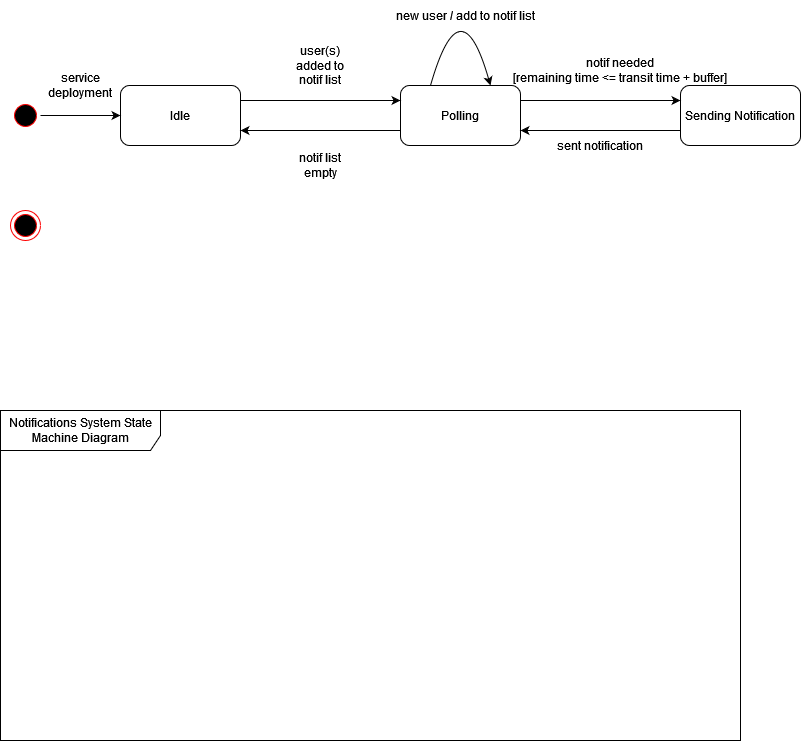
uvic-teach/project-m1-team9 keeps this draw.io diagram as Assets/M3/Notification_SM.drawio.png. Above is the earlier version. Source tidied: cells renumbered, new cells last; positions are measured from the earlier drawing's top-left corner, leaving out a move shared by most shapes. Its diagram source:
```xml
<mxGraphModel>
  <root>
    <mxCell id="0" />
    <mxCell id="1" parent="0" />
    <mxCell id="2" value="Idle" style="rounded=1;whiteSpace=wrap;html=1;" parent="1" vertex="1">
      <mxGeometry x="120" y="105" width="120" height="60" as="geometry" />
    </mxCell>
    <mxCell id="3" style="ellipse;html=1;shape=endState;fillColor=#000000;strokeColor=#ff0000;" parent="1" vertex="1">
      <mxGeometry x="10" y="230" width="30" height="30" as="geometry" />
    </mxCell>
    <mxCell id="4" style="edgeStyle=orthogonalEdgeStyle;rounded=0;jettySize=auto;html=1;entryX=0;entryY=0.5;entryDx=0;entryDy=0;" parent="1" edge="1" source="5" target="2">
      <mxGeometry relative="1" as="geometry" />
    </mxCell>
    <mxCell id="5" style="ellipse;html=1;shape=startState;fillColor=#000000;strokeColor=#ff0000;" parent="1" vertex="1">
      <mxGeometry x="10" y="120" width="30" height="30" as="geometry" />
    </mxCell>
    <mxCell id="6" value="Notifications System State Machine Diagram" style="shape=umlFrame;whiteSpace=wrap;html=1;width=160;height=40;" parent="1" vertex="1">
      <mxGeometry y="430" width="740" height="330" as="geometry" />
    </mxCell>
    <mxCell id="7" value="Polling" style="rounded=1;whiteSpace=wrap;html=1;" parent="1" vertex="1">
      <mxGeometry x="400" y="105" width="120" height="60" as="geometry" />
    </mxCell>
    <mxCell id="8" value="Sending Notification" style="rounded=1;whiteSpace=wrap;html=1;" parent="1" vertex="1">
      <mxGeometry x="680" y="105" width="120" height="60" as="geometry" />
    </mxCell>
    <mxCell id="9" style="endArrow=classic;html=1;rounded=0;exitX=1;exitY=0.25;exitDx=0;exitDy=0;entryX=0;entryY=0.25;entryDx=0;entryDy=0;" parent="1" edge="1" source="7" target="8">
      <mxGeometry relative="1" as="geometry" />
    </mxCell>
    <mxCell id="10" style="endArrow=classic;html=1;rounded=0;exitX=0;exitY=0.75;exitDx=0;exitDy=0;entryX=1;entryY=0.75;entryDx=0;entryDy=0;" parent="1" edge="1" source="8" target="7">
      <mxGeometry relative="1" as="geometry" />
    </mxCell>
    <mxCell id="11" style="endArrow=classic;html=1;rounded=0;exitX=1;exitY=0.25;exitDx=0;exitDy=0;entryX=0;entryY=0.25;entryDx=0;entryDy=0;" parent="1" edge="1" source="2" target="7">
      <mxGeometry relative="1" as="geometry" />
    </mxCell>
    <mxCell id="12" style="endArrow=classic;html=1;rounded=0;exitX=0;exitY=0.75;exitDx=0;exitDy=0;entryX=1;entryY=0.75;entryDx=0;entryDy=0;" parent="1" edge="1" source="7" target="2">
      <mxGeometry relative="1" as="geometry" />
    </mxCell>
    <mxCell id="13" style="endArrow=classic;html=1;exitX=0.25;exitY=0;exitDx=0;exitDy=0;entryX=0.75;entryY=0;entryDx=0;entryDy=0;curved=1;" parent="1" edge="1" source="7" target="7">
      <mxGeometry relative="1" as="geometry">
        <Array as="points">
          <mxPoint x="460" />
        </Array>
      </mxGeometry>
    </mxCell>
    <mxCell id="14" value="user(s) added to notif list" style="text;html=1;strokeColor=none;fillColor=none;align=center;verticalAlign=middle;whiteSpace=wrap;rounded=0;" parent="1" vertex="1">
      <mxGeometry x="290" y="70" width="60" height="30" as="geometry" />
    </mxCell>
    <mxCell id="15" value="notif list empty" style="text;html=1;strokeColor=none;fillColor=none;align=center;verticalAlign=middle;whiteSpace=wrap;rounded=0;" parent="1" vertex="1">
      <mxGeometry x="290" y="170" width="60" height="30" as="geometry" />
    </mxCell>
    <mxCell id="16" value="new user &lt;b&gt;/&lt;/b&gt; add to notif list" style="text;html=1;strokeColor=none;fillColor=none;align=center;verticalAlign=middle;whiteSpace=wrap;rounded=0;" parent="1" vertex="1">
      <mxGeometry x="370" y="20" width="190" height="30" as="geometry" />
    </mxCell>
    <mxCell id="17" value="&lt;div&gt;notif needed&lt;/div&gt;&lt;div&gt;[remaining time &amp;lt;= transit time + buffer]&lt;/div&gt;" style="text;html=1;strokeColor=none;fillColor=none;align=center;verticalAlign=middle;whiteSpace=wrap;rounded=0;" parent="1" vertex="1">
      <mxGeometry x="510" y="75" width="220" height="30" as="geometry" />
    </mxCell>
    <mxCell id="18" value="sent notification" style="text;html=1;strokeColor=none;fillColor=none;align=center;verticalAlign=middle;whiteSpace=wrap;rounded=0;" parent="1" vertex="1">
      <mxGeometry x="540" y="150" width="120" height="30" as="geometry" />
    </mxCell>
    <mxCell id="19" value="service deployment" style="text;html=1;strokeColor=none;fillColor=none;align=center;verticalAlign=middle;whiteSpace=wrap;rounded=0;" parent="1" vertex="1">
      <mxGeometry x="50" y="90" width="60" height="30" as="geometry" />
    </mxCell>
  </root>
</mxGraphModel>
```
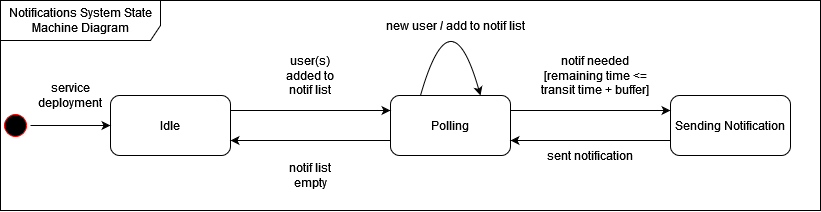
The same diagram one commit later.

Change to the diagram source:
```diff
@@ -2,12 +2,12 @@
   <root>
     <mxCell id="0" />
     <mxCell id="1" parent="0" />
+    <mxCell id="20" style="rounded=0;whiteSpace=wrap;html=1;" parent="1" vertex="1">
+      <mxGeometry x="10" y="10" width="820" height="210" as="geometry" />
+    </mxCell>
     <mxCell id="2" value="Idle" style="rounded=1;whiteSpace=wrap;html=1;" parent="1" vertex="1">
       <mxGeometry x="120" y="105" width="120" height="60" as="geometry" />
     </mxCell>
-    <mxCell id="3" style="ellipse;html=1;shape=endState;fillColor=#000000;strokeColor=#ff0000;" parent="1" vertex="1">
-      <mxGeometry x="10" y="230" width="30" height="30" as="geometry" />
-    </mxCell>
     <mxCell id="4" style="edgeStyle=orthogonalEdgeStyle;rounded=0;jettySize=auto;html=1;entryX=0;entryY=0.5;entryDx=0;entryDy=0;" parent="1" edge="1" source="5" target="2">
       <mxGeometry relative="1" as="geometry" />
     </mxCell>
@@ -15,7 +15,7 @@
       <mxGeometry x="10" y="120" width="30" height="30" as="geometry" />
     </mxCell>
     <mxCell id="6" value="Notifications System State Machine Diagram" style="shape=umlFrame;whiteSpace=wrap;html=1;width=160;height=40;" parent="1" vertex="1">
-      <mxGeometry y="430" width="740" height="330" as="geometry" />
+      <mxGeometry x="10" y="10" width="820" height="210" as="geometry" />
     </mxCell>
     <mxCell id="7" value="Polling" style="rounded=1;whiteSpace=wrap;html=1;" parent="1" vertex="1">
       <mxGeometry x="400" y="105" width="120" height="60" as="geometry" />
@@ -52,7 +52,7 @@
       <mxGeometry x="370" y="20" width="190" height="30" as="geometry" />
     </mxCell>
     <mxCell id="17" value="&lt;div&gt;notif needed&lt;/div&gt;&lt;div&gt;[remaining time &amp;lt;= transit time + buffer]&lt;/div&gt;" style="text;html=1;strokeColor=none;fillColor=none;align=center;verticalAlign=middle;whiteSpace=wrap;rounded=0;" parent="1" vertex="1">
-      <mxGeometry x="510" y="75" width="220" height="30" as="geometry" />
+      <mxGeometry x="550" y="70" width="110" height="30" as="geometry" />
     </mxCell>
     <mxCell id="18" value="sent notification" style="text;html=1;strokeColor=none;fillColor=none;align=center;verticalAlign=middle;whiteSpace=wrap;rounded=0;" parent="1" vertex="1">
       <mxGeometry x="540" y="150" width="120" height="30" as="geometry" />
```
